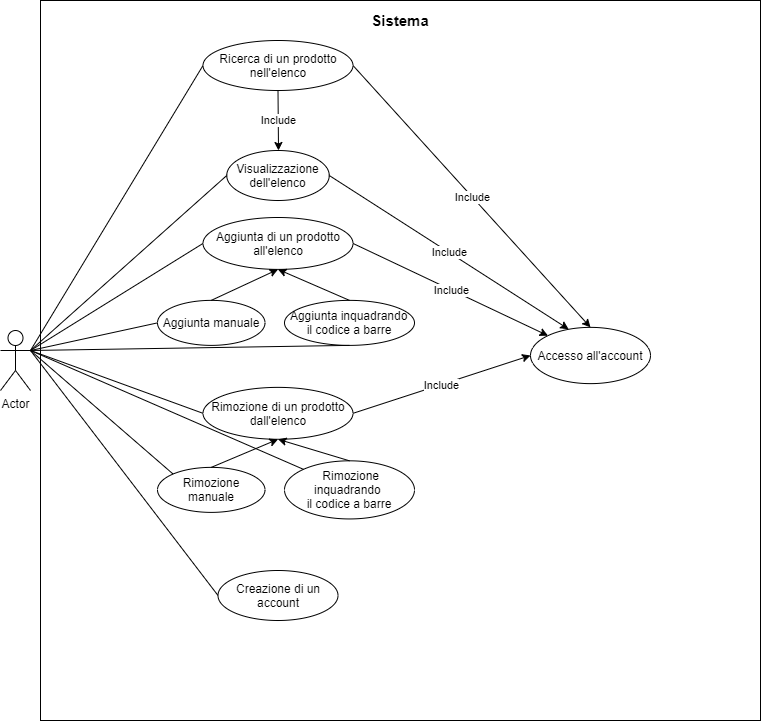
The draw.io diagram Documentazione/Casi d'uso/Diagramma UML dei casi d'uso.png in DanieleRonco/WareHouse, before a commit. Source tidied: cells renumbered, new cells last; positions are measured from the earlier drawing's top-left corner, leaving out a move shared by most shapes.
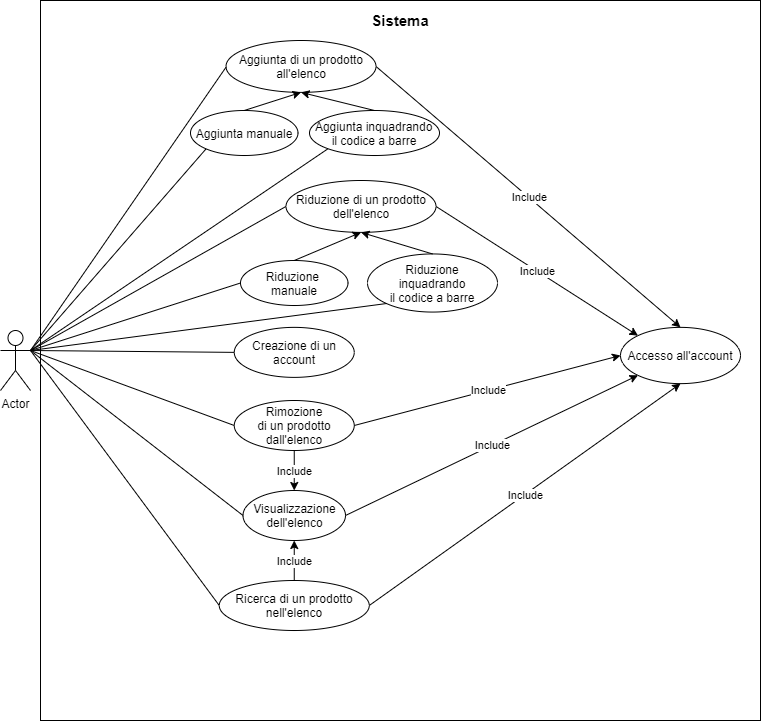
The same diagram one commit later.

Change to the diagram source:
```diff
@@ -12,30 +12,32 @@
       <mxGeometry x="380" y="10" width="40" height="20" as="geometry" />
     </mxCell>
     <mxCell id="5" value="Creazione di un account" style="ellipse;whiteSpace=wrap;html=1;comic=0;" parent="1" vertex="1">
-      <mxGeometry x="217.5" y="570" width="120" height="50" as="geometry" />
+      <mxGeometry x="233.8" y="326.9" width="120" height="50" as="geometry" />
     </mxCell>
     <mxCell id="6" style="endArrow=none;html=1;exitX=1;exitY=0.3333333333333333;exitDx=0;exitDy=0;exitPerimeter=0;entryX=0;entryY=0.5;entryDx=0;entryDy=0;endFill=0;" parent="1" edge="1" source="2" target="5">
       <mxGeometry relative="1" as="geometry" />
     </mxCell>
     <mxCell id="7" value="Accesso all'account" style="ellipse;whiteSpace=wrap;html=1;comic=0;" parent="1" vertex="1">
-      <mxGeometry x="530" y="326.9" width="120" height="56.2" as="geometry" />
+      <mxGeometry x="620" y="326.9" width="120" height="56.2" as="geometry" />
     </mxCell>
     <mxCell id="8" value="Aggiunta di un prodotto&lt;br&gt;all'elenco" style="ellipse;whiteSpace=wrap;html=1;comic=0;" parent="1" vertex="1">
-      <mxGeometry x="202.5" y="217" width="150" height="51.9" as="geometry" />
+      <mxGeometry x="225.5" y="40" width="150" height="51.9" as="geometry" />
     </mxCell>
     <mxCell id="9" value="Aggiunta manuale" style="ellipse;whiteSpace=wrap;html=1;" parent="1" vertex="1">
-      <mxGeometry x="157" y="299.9" width="107.5" height="45" as="geometry" />
+      <mxGeometry x="190" y="110" width="107.5" height="45" as="geometry" />
     </mxCell>
     <mxCell id="10" value="&amp;nbsp;Aggiunta inquadrando &lt;br&gt;il codice a barre" style="ellipse;whiteSpace=wrap;html=1;" parent="1" vertex="1">
-      <mxGeometry x="284" y="299.9" width="130" height="45" as="geometry" />
+      <mxGeometry x="309" y="110" width="130" height="45" as="geometry" />
     </mxCell>
-    <mxCell id="11" style="endArrow=none;html=1;exitX=1;exitY=0.3333333333333333;exitDx=0;exitDy=0;exitPerimeter=0;entryX=0;entryY=0.5;entryDx=0;entryDy=0;" parent="1" edge="1" source="2" target="8">
-      <mxGeometry relative="1" as="geometry" />
+    <mxCell id="11" style="endArrow=none;html=1;exitX=1;exitY=0.3333333333333333;exitDx=0;exitDy=0;exitPerimeter=0;" parent="1" edge="1" source="2">
+      <mxGeometry relative="1" as="geometry">
+        <mxPoint x="226" y="66" as="targetPoint" />
+      </mxGeometry>
     </mxCell>
-    <mxCell id="12" style="endArrow=none;html=1;exitX=1;exitY=0.3333333333333333;exitDx=0;exitDy=0;exitPerimeter=0;entryX=0.5;entryY=1;entryDx=0;entryDy=0;" parent="1" edge="1" source="2" target="10">
+    <mxCell id="12" style="endArrow=none;html=1;exitX=1;exitY=0.3333333333333333;exitDx=0;exitDy=0;exitPerimeter=0;entryX=0;entryY=1;entryDx=0;entryDy=0;" parent="1" edge="1" source="2" target="10">
       <mxGeometry relative="1" as="geometry" />
     </mxCell>
-    <mxCell id="13" style="endArrow=none;html=1;exitX=1;exitY=0.3333333333333333;exitDx=0;exitDy=0;exitPerimeter=0;entryX=0;entryY=0.5;entryDx=0;entryDy=0;" parent="1" edge="1" source="2" target="9">
+    <mxCell id="13" style="endArrow=none;html=1;exitX=1;exitY=0.3333333333333333;exitDx=0;exitDy=0;exitPerimeter=0;entryX=0;entryY=1;entryDx=0;entryDy=0;" parent="1" edge="1" source="2" target="9">
       <mxGeometry relative="1" as="geometry" />
     </mxCell>
     <mxCell id="14" style="endArrow=classic;html=1;exitX=0.5;exitY=0;exitDx=0;exitDy=0;entryX=0.5;entryY=1;entryDx=0;entryDy=0;" parent="1" edge="1" source="10" target="8">
@@ -44,28 +46,20 @@
     <mxCell id="15" style="endArrow=classic;html=1;exitX=0.5;exitY=0;exitDx=0;exitDy=0;entryX=0.5;entryY=1;entryDx=0;entryDy=0;" parent="1" edge="1" source="9" target="8">
       <mxGeometry relative="1" as="geometry" />
     </mxCell>
-    <mxCell id="16" style="endArrow=classic;html=1;exitX=1;exitY=0.5;exitDx=0;exitDy=0;entryX=0;entryY=0;entryDx=0;entryDy=0;" parent="1" edge="1" target="7">
-      <mxGeometry relative="1" as="geometry">
-        <mxPoint x="352.5" y="242.9" as="sourcePoint" />
-      </mxGeometry>
-    </mxCell>
-    <mxCell id="17" value="Include" style="edgeLabel;html=1;align=center;verticalAlign=middle;" parent="16" vertex="1">
-      <mxGeometry relative="1" as="geometry" />
-    </mxCell>
     <mxCell id="18" value="Ricerca di un prodotto nell'elenco" style="ellipse;whiteSpace=wrap;html=1;" parent="1" vertex="1">
-      <mxGeometry x="202.5" y="40" width="150" height="50" as="geometry" />
+      <mxGeometry x="218.8" y="580" width="150" height="50" as="geometry" />
     </mxCell>
     <mxCell id="19" value="Visualizzazione&lt;br&gt;dell'elenco" style="ellipse;whiteSpace=wrap;html=1;" parent="1" vertex="1">
-      <mxGeometry x="226.2" y="150" width="102.5" height="50" as="geometry" />
+      <mxGeometry x="242.5" y="490" width="102.5" height="50" as="geometry" />
     </mxCell>
-    <mxCell id="20" value="Rimozione di un prodotto&lt;br&gt;dall'elenco" style="ellipse;whiteSpace=wrap;html=1;comic=0;" parent="1" vertex="1">
-      <mxGeometry x="202.5" y="386.9" width="150" height="51.9" as="geometry" />
+    <mxCell id="20" value="Riduzione di un prodotto&lt;br&gt;dell'elenco" style="ellipse;whiteSpace=wrap;html=1;comic=0;" parent="1" vertex="1">
+      <mxGeometry x="285.5" y="180" width="150" height="51.9" as="geometry" />
     </mxCell>
-    <mxCell id="21" value="Rimozione manuale" style="ellipse;whiteSpace=wrap;html=1;" parent="1" vertex="1">
-      <mxGeometry x="157" y="466.9" width="107.5" height="45" as="geometry" />
+    <mxCell id="21" value="Riduzione&amp;nbsp;&lt;br&gt;manuale" style="ellipse;whiteSpace=wrap;html=1;" parent="1" vertex="1">
+      <mxGeometry x="240" y="260" width="107.5" height="45" as="geometry" />
     </mxCell>
-    <mxCell id="22" value="&amp;nbsp;Rimozione inquadrando &lt;br&gt;il codice a barre" style="ellipse;whiteSpace=wrap;html=1;" parent="1" vertex="1">
-      <mxGeometry x="284" y="460.3" width="130" height="58.1" as="geometry" />
+    <mxCell id="22" value="Riduzione&lt;br&gt;&amp;nbsp;inquadrando &lt;br&gt;il codice a barre" style="ellipse;whiteSpace=wrap;html=1;" parent="1" vertex="1">
+      <mxGeometry x="367" y="253.4" width="130" height="58.1" as="geometry" />
     </mxCell>
     <mxCell id="23" style="endArrow=classic;html=1;exitX=0.5;exitY=0;exitDx=0;exitDy=0;entryX=0.5;entryY=1;entryDx=0;entryDy=0;" parent="1" edge="1" source="22" target="20">
       <mxGeometry relative="1" as="geometry" />
@@ -73,10 +67,10 @@
     <mxCell id="24" style="endArrow=classic;html=1;exitX=0.5;exitY=0;exitDx=0;exitDy=0;entryX=0.5;entryY=1;entryDx=0;entryDy=0;" parent="1" edge="1" source="21" target="20">
       <mxGeometry relative="1" as="geometry" />
     </mxCell>
-    <mxCell id="25" style="endArrow=none;html=1;exitX=1;exitY=0.3333333333333333;exitDx=0;exitDy=0;exitPerimeter=0;entryX=0;entryY=0;entryDx=0;entryDy=0;" parent="1" edge="1" source="2" target="21">
+    <mxCell id="25" style="endArrow=none;html=1;exitX=1;exitY=0.3333333333333333;exitDx=0;exitDy=0;exitPerimeter=0;entryX=0;entryY=0.5;entryDx=0;entryDy=0;" parent="1" edge="1" source="2" target="21">
       <mxGeometry relative="1" as="geometry" />
     </mxCell>
-    <mxCell id="26" style="endArrow=none;html=1;exitX=1;exitY=0.3333333333333333;exitDx=0;exitDy=0;exitPerimeter=0;entryX=0;entryY=0;entryDx=0;entryDy=0;" parent="1" edge="1" source="2" target="22">
+    <mxCell id="26" style="endArrow=none;html=1;exitX=1;exitY=0.3333333333333333;exitDx=0;exitDy=0;exitPerimeter=0;entryX=0;entryY=1;entryDx=0;entryDy=0;" parent="1" edge="1" source="2" target="22">
       <mxGeometry relative="1" as="geometry" />
     </mxCell>
     <mxCell id="27" style="endArrow=none;html=1;exitX=1;exitY=0.3333333333333333;exitDx=0;exitDy=0;exitPerimeter=0;entryX=0;entryY=0.5;entryDx=0;entryDy=0;" parent="1" edge="1" source="2" target="20">
@@ -85,38 +79,56 @@
     <mxCell id="28" style="endArrow=none;html=1;exitX=1;exitY=0.3333333333333333;exitDx=0;exitDy=0;exitPerimeter=0;entryX=0;entryY=0.5;entryDx=0;entryDy=0;" parent="1" edge="1" source="2" target="19">
       <mxGeometry relative="1" as="geometry" />
     </mxCell>
-    <mxCell id="29" style="endArrow=classic;html=1;exitX=1;exitY=0.5;exitDx=0;exitDy=0;entryX=0.318;entryY=0.033;entryDx=0;entryDy=0;entryPerimeter=0;" parent="1" edge="1" target="7">
-      <mxGeometry relative="1" as="geometry">
-        <mxPoint x="328.8" y="175" as="sourcePoint" />
-      </mxGeometry>
-    </mxCell>
-    <mxCell id="30" value="Include" style="edgeLabel;html=1;align=center;verticalAlign=middle;" parent="29" vertex="1">
-      <mxGeometry relative="1" as="geometry" />
-    </mxCell>
-    <mxCell id="31" style="endArrow=classic;html=1;exitX=1;exitY=0.5;exitDx=0;exitDy=0;entryX=0;entryY=0.5;entryDx=0;entryDy=0;" parent="1" edge="1" target="7">
-      <mxGeometry relative="1" as="geometry">
-        <mxPoint x="352.5" y="412.8" as="sourcePoint" />
-      </mxGeometry>
-    </mxCell>
-    <mxCell id="32" value="Include" style="edgeLabel;html=1;align=center;verticalAlign=middle;" parent="31" vertex="1">
-      <mxGeometry relative="1" as="geometry" />
-    </mxCell>
     <mxCell id="33" style="endArrow=none;html=1;exitX=1;exitY=0.3333333333333333;exitDx=0;exitDy=0;exitPerimeter=0;entryX=0;entryY=0.5;entryDx=0;entryDy=0;" parent="1" edge="1" source="2" target="18">
       <mxGeometry relative="1" as="geometry" />
     </mxCell>
+    <mxCell id="38" value="Rimozione&lt;br&gt;di un prodotto&lt;br&gt;dall'elenco" style="ellipse;whiteSpace=wrap;html=1;comic=0;" parent="1" vertex="1">
+      <mxGeometry x="233.8" y="400" width="120" height="50" as="geometry" />
+    </mxCell>
+    <mxCell id="39" style="endArrow=none;html=1;entryX=0;entryY=0.5;entryDx=0;entryDy=0;exitX=1;exitY=0.3333333333333333;exitDx=0;exitDy=0;exitPerimeter=0;" parent="1" edge="1" source="2" target="38">
+      <mxGeometry relative="1" as="geometry" />
+    </mxCell>
+    <mxCell id="40" style="endArrow=classic;html=1;exitX=1;exitY=0.5;exitDx=0;exitDy=0;entryX=0.5;entryY=0;entryDx=0;entryDy=0;" parent="1" edge="1" source="8" target="7">
+      <mxGeometry relative="1" as="geometry" />
+    </mxCell>
+    <mxCell id="41" value="Include" style="edgeLabel;html=1;align=center;verticalAlign=middle;" parent="40" vertex="1">
+      <mxGeometry relative="1" as="geometry" />
+    </mxCell>
+    <mxCell id="42" style="endArrow=classic;html=1;exitX=1;exitY=0.5;exitDx=0;exitDy=0;entryX=0;entryY=0;entryDx=0;entryDy=0;" parent="1" edge="1" source="20" target="7">
+      <mxGeometry relative="1" as="geometry" />
+    </mxCell>
+    <mxCell id="43" value="Include" style="edgeLabel;html=1;align=center;verticalAlign=middle;" parent="42" vertex="1">
+      <mxGeometry relative="1" as="geometry" />
+    </mxCell>
+    <mxCell id="44" style="endArrow=classic;html=1;exitX=1;exitY=0.5;exitDx=0;exitDy=0;entryX=0;entryY=0.5;entryDx=0;entryDy=0;" parent="1" edge="1" source="38" target="7">
+      <mxGeometry relative="1" as="geometry" />
+    </mxCell>
+    <mxCell id="45" value="Include" style="edgeLabel;html=1;align=center;verticalAlign=middle;" parent="44" vertex="1">
+      <mxGeometry relative="1" as="geometry" />
+    </mxCell>
+    <mxCell id="46" style="endArrow=classic;html=1;exitX=0.5;exitY=1;exitDx=0;exitDy=0;entryX=0.5;entryY=0;entryDx=0;entryDy=0;" parent="1" edge="1" source="38" target="19">
+      <mxGeometry relative="1" as="geometry" />
+    </mxCell>
+    <mxCell id="47" value="Include" style="edgeLabel;html=1;align=center;verticalAlign=middle;" parent="46" vertex="1">
+      <mxGeometry relative="1" as="geometry" />
+    </mxCell>
+    <mxCell id="48" style="endArrow=classic;html=1;exitX=0.5;exitY=0;exitDx=0;exitDy=0;entryX=0.5;entryY=1;entryDx=0;entryDy=0;" parent="1" edge="1" source="18" target="19">
+      <mxGeometry relative="1" as="geometry" />
+    </mxCell>
+    <mxCell id="49" value="Include" style="edgeLabel;html=1;align=center;verticalAlign=middle;" parent="48" vertex="1">
+      <mxGeometry relative="1" as="geometry" />
+    </mxCell>
+    <mxCell id="50" style="endArrow=classic;html=1;exitX=1;exitY=0.5;exitDx=0;exitDy=0;entryX=0;entryY=1;entryDx=0;entryDy=0;" parent="1" edge="1" source="19" target="7">
+      <mxGeometry relative="1" as="geometry" />
+    </mxCell>
+    <mxCell id="51" value="Include" style="edgeLabel;html=1;align=center;verticalAlign=middle;" parent="50" vertex="1">
+      <mxGeometry relative="1" as="geometry" />
+    </mxCell>
-    <mxCell id="34" style="endArrow=classic;html=1;exitX=1;exitY=0.5;exitDx=0;exitDy=0;entryX=0.5;entryY=0;entryDx=0;entryDy=0;" parent="1" edge="1" source="18" target="7">
+    <mxCell id="34" style="endArrow=classic;html=1;exitX=1;exitY=0.5;exitDx=0;exitDy=0;entryX=0.5;entryY=1;entryDx=0;entryDy=0;" parent="1" edge="1" source="18" target="7">
       <mxGeometry relative="1" as="geometry" />
     </mxCell>
-    <mxCell id="35" value="Include" style="edgeLabel;html=1;align=center;verticalAlign=middle;" parent="34" vertex="1">
-      <mxGeometry relative="1" as="geometry" />
-    </mxCell>
-    <mxCell id="36" style="endArrow=classic;html=1;exitX=0.5;exitY=1;exitDx=0;exitDy=0;" parent="1" edge="1" source="18">
-      <mxGeometry relative="1" as="geometry">
-        <mxPoint x="278" y="150" as="targetPoint" />
-      </mxGeometry>
-    </mxCell>
-    <mxCell id="37" value="Include" style="edgeLabel;html=1;align=center;verticalAlign=middle;" parent="36" vertex="1">
-      <mxGeometry relative="1" as="geometry" />
-    </mxCell>
+    <mxCell id="52" value="Include" style="edgeLabel;html=1;align=center;verticalAlign=middle;" parent="34" vertex="1">
+      <mxGeometry relative="1" as="geometry" />
+    </mxCell>
   </root>
 </mxGraphModel>
```
